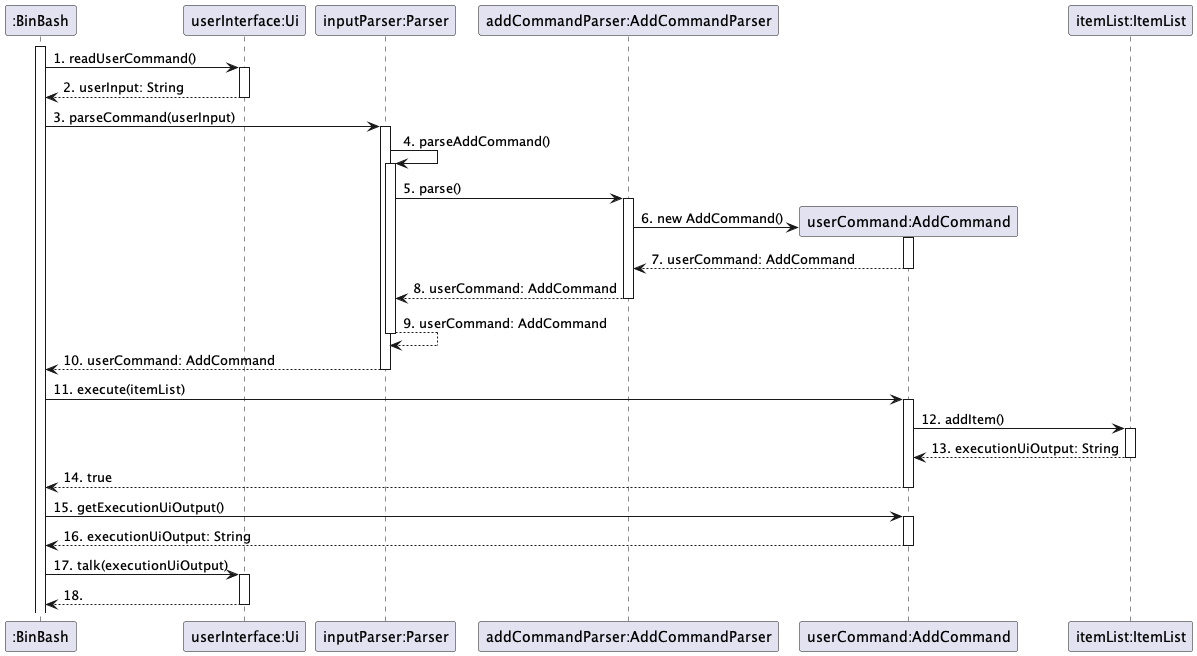
Above: docs/images/AddSequenceDiagram.png in AY2324S2-CS2113T-T09-2/tp (PlantUML), before the change. The source it was exported from:
```plantuml
@startuml
participant ":BinBash"
activate ":BinBash"

":BinBash" -> "userInterface:Ui" : 1. readUserCommand()
activate "userInterface:Ui"
return 2. userInput: String

":BinBash" -> "inputParser:Parser" : 3. parseCommand(userInput)
activate "inputParser:Parser"
"inputParser:Parser" -> "inputParser:Parser" : 4. parseAddCommand()
activate "inputParser:Parser"
"inputParser:Parser" -> "addCommandParser:AddCommandParser" : 5. parse()
activate "addCommandParser:AddCommandParser"
"addCommandParser:AddCommandParser" -> "userCommand:AddCommand" ** : 6. new AddCommand()
activate "userCommand:AddCommand"
return 7. userCommand: AddCommand
return 8. userCommand: AddCommand
return 9. userCommand: AddCommand
return 10. userCommand: AddCommand

":BinBash" -> "userCommand:AddCommand" : 11. execute(itemList)
activate "userCommand:AddCommand"
"userCommand:AddCommand" -> "itemList:ItemList" : 12. addItem()
activate "itemList:ItemList"
return 13. executionUiOutput: String
return 14. true

":BinBash" -> "userCommand:AddCommand" : 15. getExecutionUiOutput()
activate "userCommand:AddCommand"
return 16. executionUiOutput: String
":BinBash" -> "userInterface:Ui" : 17. talk(executionUiOutput)
activate "userInterface:Ui"
return 18.

@enduml
```
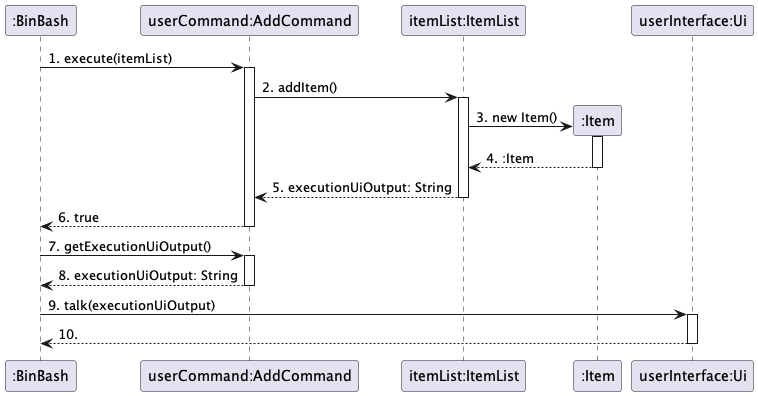
Above is the later version.

Commit message:
Add Add-Item sequence diagram

Diff of the diagram source:
```diff
@@ -1,36 +1,24 @@
 @startuml
+
 participant ":BinBash"
-activate ":BinBash"
+participant "userCommand:AddCommand"
 
-":BinBash" -> "userInterface:Ui" : 1. readUserCommand()
+":BinBash" -> "userCommand:AddCommand" : 1. execute(itemList)
+activate "userCommand:AddCommand"
+"userCommand:AddCommand" -> "itemList:ItemList" : 2. addItem()
+activate "itemList:ItemList"
+
+"itemList:ItemList" -> ":Item"** : 3. new Item()
+activate ":Item"
+return 4. :Item
+return 5. executionUiOutput: String
+return 6. true
+
+":BinBash" -> "userCommand:AddCommand" : 7. getExecutionUiOutput()
+activate "userCommand:AddCommand"
+return 8. executionUiOutput: String
+":BinBash" -> "userInterface:Ui" : 9. talk(executionUiOutput)
 activate "userInterface:Ui"
-return 2. userInput: String
-
-":BinBash" -> "inputParser:Parser" : 3. parseCommand(userInput)
-activate "inputParser:Parser"
-"inputParser:Parser" -> "inputParser:Parser" : 4. parseAddCommand()
-activate "inputParser:Parser"
-"inputParser:Parser" -> "addCommandParser:AddCommandParser" : 5. parse()
-activate "addCommandParser:AddCommandParser"
-"addCommandParser:AddCommandParser" -> "userCommand:AddCommand" ** : 6. new AddCommand()
-activate "userCommand:AddCommand"
-return 7. userCommand: AddCommand
-return 8. userCommand: AddCommand
-return 9. userCommand: AddCommand
-return 10. userCommand: AddCommand
-
-":BinBash" -> "userCommand:AddCommand" : 11. execute(itemList)
-activate "userCommand:AddCommand"
-"userCommand:AddCommand" -> "itemList:ItemList" : 12. addItem()
-activate "itemList:ItemList"
-return 13. executionUiOutput: String
-return 14. true
-
-":BinBash" -> "userCommand:AddCommand" : 15. getExecutionUiOutput()
-activate "userCommand:AddCommand"
-return 16. executionUiOutput: String
-":BinBash" -> "userInterface:Ui" : 17. talk(executionUiOutput)
-activate "userInterface:Ui"
-return 18.
+return 10.
 
 @enduml
```
